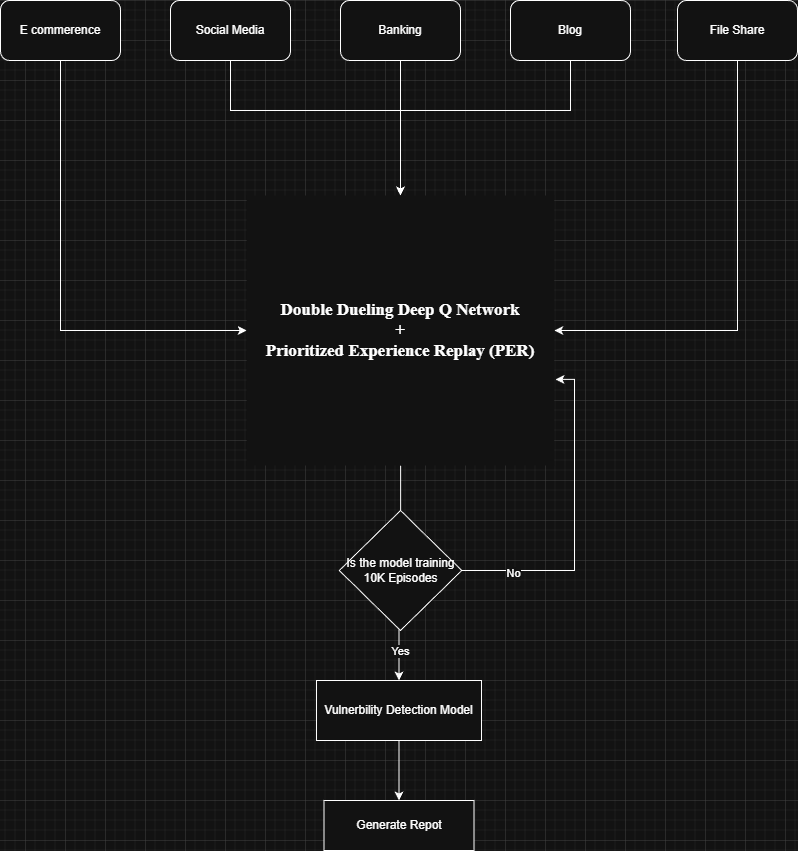
Earlier version of the draw.io export research/D3QN vuln finder.png (mine969/DRL-Agent-vul). Source tidied: cells renumbered, new cells last; positions are measured from the earlier drawing's top-left corner, leaving out a move shared by most shapes. The source it was exported from:
```xml
<mxGraphModel>
  <root>
    <mxCell id="0" />
    <mxCell id="1" parent="0" />
    <mxCell id="2" style="edgeStyle=orthogonalEdgeStyle;rounded=0;jettySize=auto;html=1;entryX=1;entryY=0.5;entryDx=0;entryDy=0;exitX=0.5;exitY=1;exitDx=0;exitDy=0;" parent="1" edge="1" source="3" target="14">
      <mxGeometry relative="1" as="geometry" />
    </mxCell>
    <mxCell id="3" value="File Share" style="rounded=1;whiteSpace=wrap;html=1;" parent="1" vertex="1">
      <mxGeometry x="677" width="120" height="60" as="geometry" />
    </mxCell>
    <mxCell id="4" style="edgeStyle=orthogonalEdgeStyle;rounded=0;jettySize=auto;html=1;entryX=0.5;entryY=0;entryDx=0;entryDy=0;exitX=0.5;exitY=1;exitDx=0;exitDy=0;" parent="1" edge="1" source="5" target="14">
      <mxGeometry relative="1" as="geometry">
        <Array as="points">
          <mxPoint x="570" y="110" />
          <mxPoint x="400" y="110" />
        </Array>
      </mxGeometry>
    </mxCell>
    <mxCell id="5" value="Blog" style="rounded=1;whiteSpace=wrap;html=1;" parent="1" vertex="1">
      <mxGeometry x="510" width="120" height="60" as="geometry" />
    </mxCell>
    <mxCell id="6" style="edgeStyle=orthogonalEdgeStyle;rounded=0;jettySize=auto;html=1;entryX=0.5;entryY=0;entryDx=0;entryDy=0;" parent="1" edge="1" source="7" target="14">
      <mxGeometry relative="1" as="geometry" />
    </mxCell>
    <mxCell id="7" value="Banking" style="rounded=1;whiteSpace=wrap;html=1;" parent="1" vertex="1">
      <mxGeometry x="340" width="120" height="60" as="geometry" />
    </mxCell>
    <mxCell id="8" style="edgeStyle=orthogonalEdgeStyle;rounded=0;jettySize=auto;html=1;exitX=0.5;exitY=1;exitDx=0;exitDy=0;entryX=0.5;entryY=0;entryDx=0;entryDy=0;" parent="1" edge="1" source="9" target="14">
      <mxGeometry relative="1" as="geometry">
        <Array as="points">
          <mxPoint x="230" y="110" />
          <mxPoint x="400" y="110" />
        </Array>
      </mxGeometry>
    </mxCell>
    <mxCell id="9" value="Social Media" style="rounded=1;whiteSpace=wrap;html=1;" parent="1" vertex="1">
      <mxGeometry x="170" width="120" height="60" as="geometry" />
    </mxCell>
    <mxCell id="10" style="edgeStyle=orthogonalEdgeStyle;rounded=0;jettySize=auto;html=1;entryX=0;entryY=0.5;entryDx=0;entryDy=0;exitX=0.5;exitY=1;exitDx=0;exitDy=0;" parent="1" edge="1" source="11" target="14">
      <mxGeometry relative="1" as="geometry" />
    </mxCell>
    <mxCell id="11" value="E commerence" style="rounded=1;whiteSpace=wrap;html=1;" parent="1" vertex="1">
      <mxGeometry width="120" height="60" as="geometry" />
    </mxCell>
    <mxCell id="12" style="edgeStyle=orthogonalEdgeStyle;rounded=0;jettySize=auto;html=1;" parent="1" edge="1" source="14" target="16">
      <mxGeometry relative="1" as="geometry" />
    </mxCell>
    <mxCell id="13" value="Yes" style="edgeLabel;html=1;align=center;verticalAlign=middle;" parent="12" vertex="1">
      <mxGeometry x="0.62" y="2" relative="1" as="geometry">
        <mxPoint x="-1" y="11" as="offset" />
      </mxGeometry>
    </mxCell>
    <mxCell id="14" value="&lt;font style=&quot;color: light-dark(rgb(0, 0, 0), rgb(255, 255, 255));&quot; face=&quot;Times New Roman&quot;&gt;&lt;b style=&quot;background-color: light-dark(#ffffff, var(--ge-dark-color, #121212));&quot;&gt;Double Dueling Deep Q Network&lt;/b&gt;&lt;/font&gt;&lt;div&gt;&lt;font style=&quot;color: light-dark(rgb(0, 0, 0), rgb(255, 255, 255));&quot; face=&quot;Times New Roman&quot;&gt;&lt;b style=&quot;background-color: light-dark(#ffffff, var(--ge-dark-color, #121212));&quot;&gt;+&lt;/b&gt;&lt;/font&gt;&lt;/div&gt;&lt;div&gt;&lt;span style=&quot;--tw-border-spacing-x: 0; --tw-border-spacing-y: 0; --tw-translate-x: 0; --tw-translate-y: 0; --tw-rotate: 0; --tw-skew-x: 0; --tw-skew-y: 0; --tw-scale-x: 1; --tw-scale-y: 1; --tw-pan-x: ; --tw-pan-y: ; --tw-pinch-zoom: ; --tw-scroll-snap-strictness: proximity; --tw-gradient-from-position: ; --tw-gradient-via-position: ; --tw-gradient-to-position: ; --tw-ordinal: ; --tw-slashed-zero: ; --tw-numeric-figure: ; --tw-numeric-spacing: ; --tw-numeric-fraction: ; --tw-ring-inset: ; --tw-ring-offset-width: 0px; --tw-ring-offset-color: light-dark(#fff, #000000); --tw-ring-color: rgb(67 128 180 / .5); --tw-ring-offset-shadow: 0 0 #0000; --tw-ring-shadow: 0 0 #0000; --tw-shadow: 0 0 #0000; --tw-shadow-colored: 0 0 #0000; --tw-blur: ; --tw-brightness: ; --tw-contrast: ; --tw-grayscale: ; --tw-hue-rotate: ; --tw-invert: ; --tw-saturate: ; --tw-sepia: ; --tw-drop-shadow: ; --tw-backdrop-blur: ; --tw-backdrop-brightness: ; --tw-backdrop-contrast: ; --tw-backdrop-grayscale: ; --tw-backdrop-hue-rotate: ; --tw-backdrop-invert: ; --tw-backdrop-opacity: ; --tw-backdrop-saturate: ; --tw-backdrop-sepia: ; --tw-contain-size: ; --tw-contain-layout: ; --tw-contain-paint: ; --tw-contain-style: ; box-sizing: border-box; border-width: 0px; border-style: solid; border-color: rgb(229, 231, 235); color: rgb(204, 204, 204); background-color: light-dark(#ffffff, var(--ge-dark-color, #121212));&quot;&gt;&lt;font style=&quot;color: light-dark(rgb(0, 0, 0), rgb(255, 255, 255));&quot; face=&quot;Times New Roman&quot;&gt;&lt;b&gt;Prioritized Experience Replay (PER)&lt;/b&gt;&lt;/font&gt;&lt;/span&gt;&lt;/div&gt;" style="rounded=0;whiteSpace=wrap;html=1;strokeColor=none;fillColor=default;align=center;fontSize=17;" parent="1" vertex="1">
      <mxGeometry x="246.2" y="195" width="307.5" height="270" as="geometry" />
    </mxCell>
    <mxCell id="15" style="edgeStyle=orthogonalEdgeStyle;rounded=0;jettySize=auto;html=1;entryX=0.5;entryY=0;entryDx=0;entryDy=0;" parent="1" edge="1" source="16" target="17">
      <mxGeometry relative="1" as="geometry" />
    </mxCell>
    <mxCell id="16" value="Vulnerbility Detection Model" style="rounded=0;whiteSpace=wrap;html=1;" parent="1" vertex="1">
      <mxGeometry x="316" y="680" width="165" height="60" as="geometry" />
    </mxCell>
    <mxCell id="17" value="Generate Repot" style="rounded=0;whiteSpace=wrap;html=1;" parent="1" vertex="1">
      <mxGeometry x="323.5" y="800" width="150" height="50" as="geometry" />
    </mxCell>
    <mxCell id="18" style="edgeStyle=orthogonalEdgeStyle;rounded=0;jettySize=auto;html=1;entryX=1.004;entryY=0.681;entryDx=0;entryDy=0;exitX=1;exitY=0.5;exitDx=0;exitDy=0;entryPerimeter=0;" parent="1" edge="1" source="20" target="14">
      <mxGeometry relative="1" as="geometry">
        <Array as="points">
          <mxPoint x="574" y="570" />
          <mxPoint x="574" y="379" />
        </Array>
      </mxGeometry>
    </mxCell>
    <mxCell id="19" value="No" style="edgeLabel;html=1;align=center;verticalAlign=middle;" parent="18" vertex="1">
      <mxGeometry x="-0.68" y="-2" relative="1" as="geometry" />
    </mxCell>
    <mxCell id="20" value="Is the model training 10K Episodes" style="rhombus;whiteSpace=wrap;html=1;" parent="1" vertex="1">
      <mxGeometry x="338.8" y="510" width="122.5" height="120" as="geometry" />
    </mxCell>
  </root>
</mxGraphModel>
```
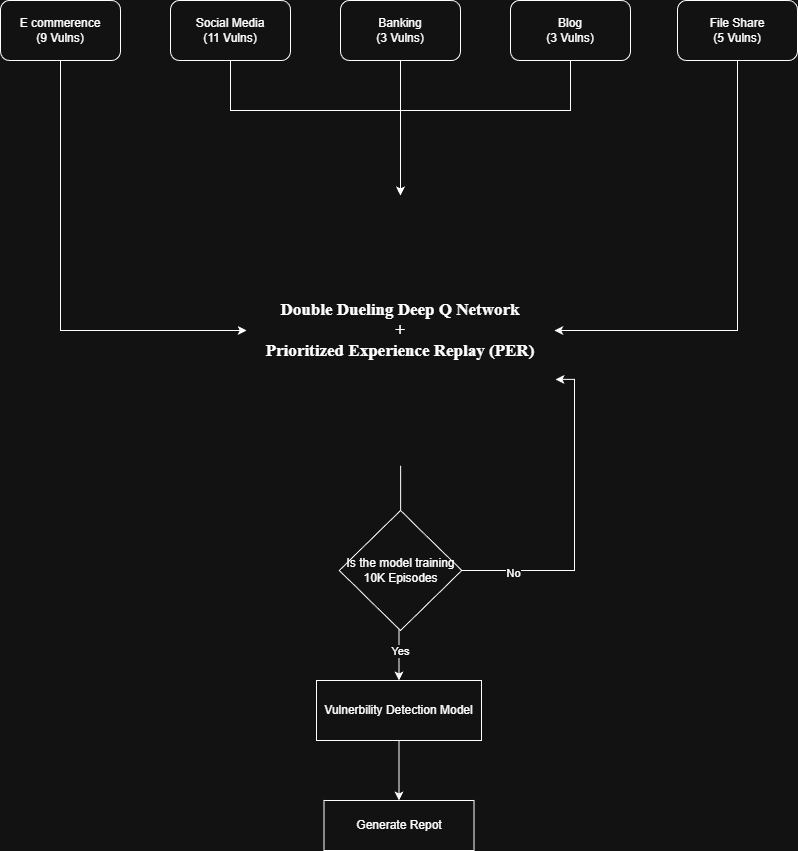
After the commit.

Commit message:
feat: Document the Extended D3QN architecture with Prioritized Experience Replay, Noisy Networks, and Multi-Step learning, and update the README to reflect these advanced agent capabilities.

Change to the diagram source:
```diff
@@ -5,7 +5,7 @@
     <mxCell id="2" style="edgeStyle=orthogonalEdgeStyle;rounded=0;jettySize=auto;html=1;entryX=1;entryY=0.5;entryDx=0;entryDy=0;exitX=0.5;exitY=1;exitDx=0;exitDy=0;" parent="1" edge="1" source="3" target="14">
       <mxGeometry relative="1" as="geometry" />
     </mxCell>
-    <mxCell id="3" value="File Share" style="rounded=1;whiteSpace=wrap;html=1;" parent="1" vertex="1">
+    <mxCell id="3" value="File Share&lt;div&gt;(5 Vulns)&lt;/div&gt;" style="rounded=1;whiteSpace=wrap;html=1;" parent="1" vertex="1">
       <mxGeometry x="677" width="120" height="60" as="geometry" />
     </mxCell>
     <mxCell id="4" style="edgeStyle=orthogonalEdgeStyle;rounded=0;jettySize=auto;html=1;entryX=0.5;entryY=0;entryDx=0;entryDy=0;exitX=0.5;exitY=1;exitDx=0;exitDy=0;" parent="1" edge="1" source="5" target="14">
@@ -16,13 +16,13 @@
         </Array>
       </mxGeometry>
     </mxCell>
-    <mxCell id="5" value="Blog" style="rounded=1;whiteSpace=wrap;html=1;" parent="1" vertex="1">
+    <mxCell id="5" value="Blog&lt;div&gt;(3 Vulns)&lt;/div&gt;" style="rounded=1;whiteSpace=wrap;html=1;" parent="1" vertex="1">
       <mxGeometry x="510" width="120" height="60" as="geometry" />
     </mxCell>
     <mxCell id="6" style="edgeStyle=orthogonalEdgeStyle;rounded=0;jettySize=auto;html=1;entryX=0.5;entryY=0;entryDx=0;entryDy=0;" parent="1" edge="1" source="7" target="14">
       <mxGeometry relative="1" as="geometry" />
     </mxCell>
-    <mxCell id="7" value="Banking" style="rounded=1;whiteSpace=wrap;html=1;" parent="1" vertex="1">
+    <mxCell id="7" value="Banking&lt;div&gt;(3 Vulns)&lt;/div&gt;" style="rounded=1;whiteSpace=wrap;html=1;" parent="1" vertex="1">
       <mxGeometry x="340" width="120" height="60" as="geometry" />
     </mxCell>
     <mxCell id="8" style="edgeStyle=orthogonalEdgeStyle;rounded=0;jettySize=auto;html=1;exitX=0.5;exitY=1;exitDx=0;exitDy=0;entryX=0.5;entryY=0;entryDx=0;entryDy=0;" parent="1" edge="1" source="9" target="14">
@@ -33,13 +33,13 @@
         </Array>
       </mxGeometry>
     </mxCell>
-    <mxCell id="9" value="Social Media" style="rounded=1;whiteSpace=wrap;html=1;" parent="1" vertex="1">
+    <mxCell id="9" value="Social Media&lt;div&gt;(11 Vulns)&lt;/div&gt;" style="rounded=1;whiteSpace=wrap;html=1;" parent="1" vertex="1">
       <mxGeometry x="170" width="120" height="60" as="geometry" />
     </mxCell>
     <mxCell id="10" style="edgeStyle=orthogonalEdgeStyle;rounded=0;jettySize=auto;html=1;entryX=0;entryY=0.5;entryDx=0;entryDy=0;exitX=0.5;exitY=1;exitDx=0;exitDy=0;" parent="1" edge="1" source="11" target="14">
       <mxGeometry relative="1" as="geometry" />
     </mxCell>
-    <mxCell id="11" value="E commerence" style="rounded=1;whiteSpace=wrap;html=1;" parent="1" vertex="1">
+    <mxCell id="11" value="E commerence&lt;div&gt;(9 Vulns)&lt;/div&gt;" style="rounded=1;whiteSpace=wrap;html=1;" parent="1" vertex="1">
       <mxGeometry width="120" height="60" as="geometry" />
     </mxCell>
     <mxCell id="12" style="edgeStyle=orthogonalEdgeStyle;rounded=0;jettySize=auto;html=1;" parent="1" edge="1" source="14" target="16">
```
